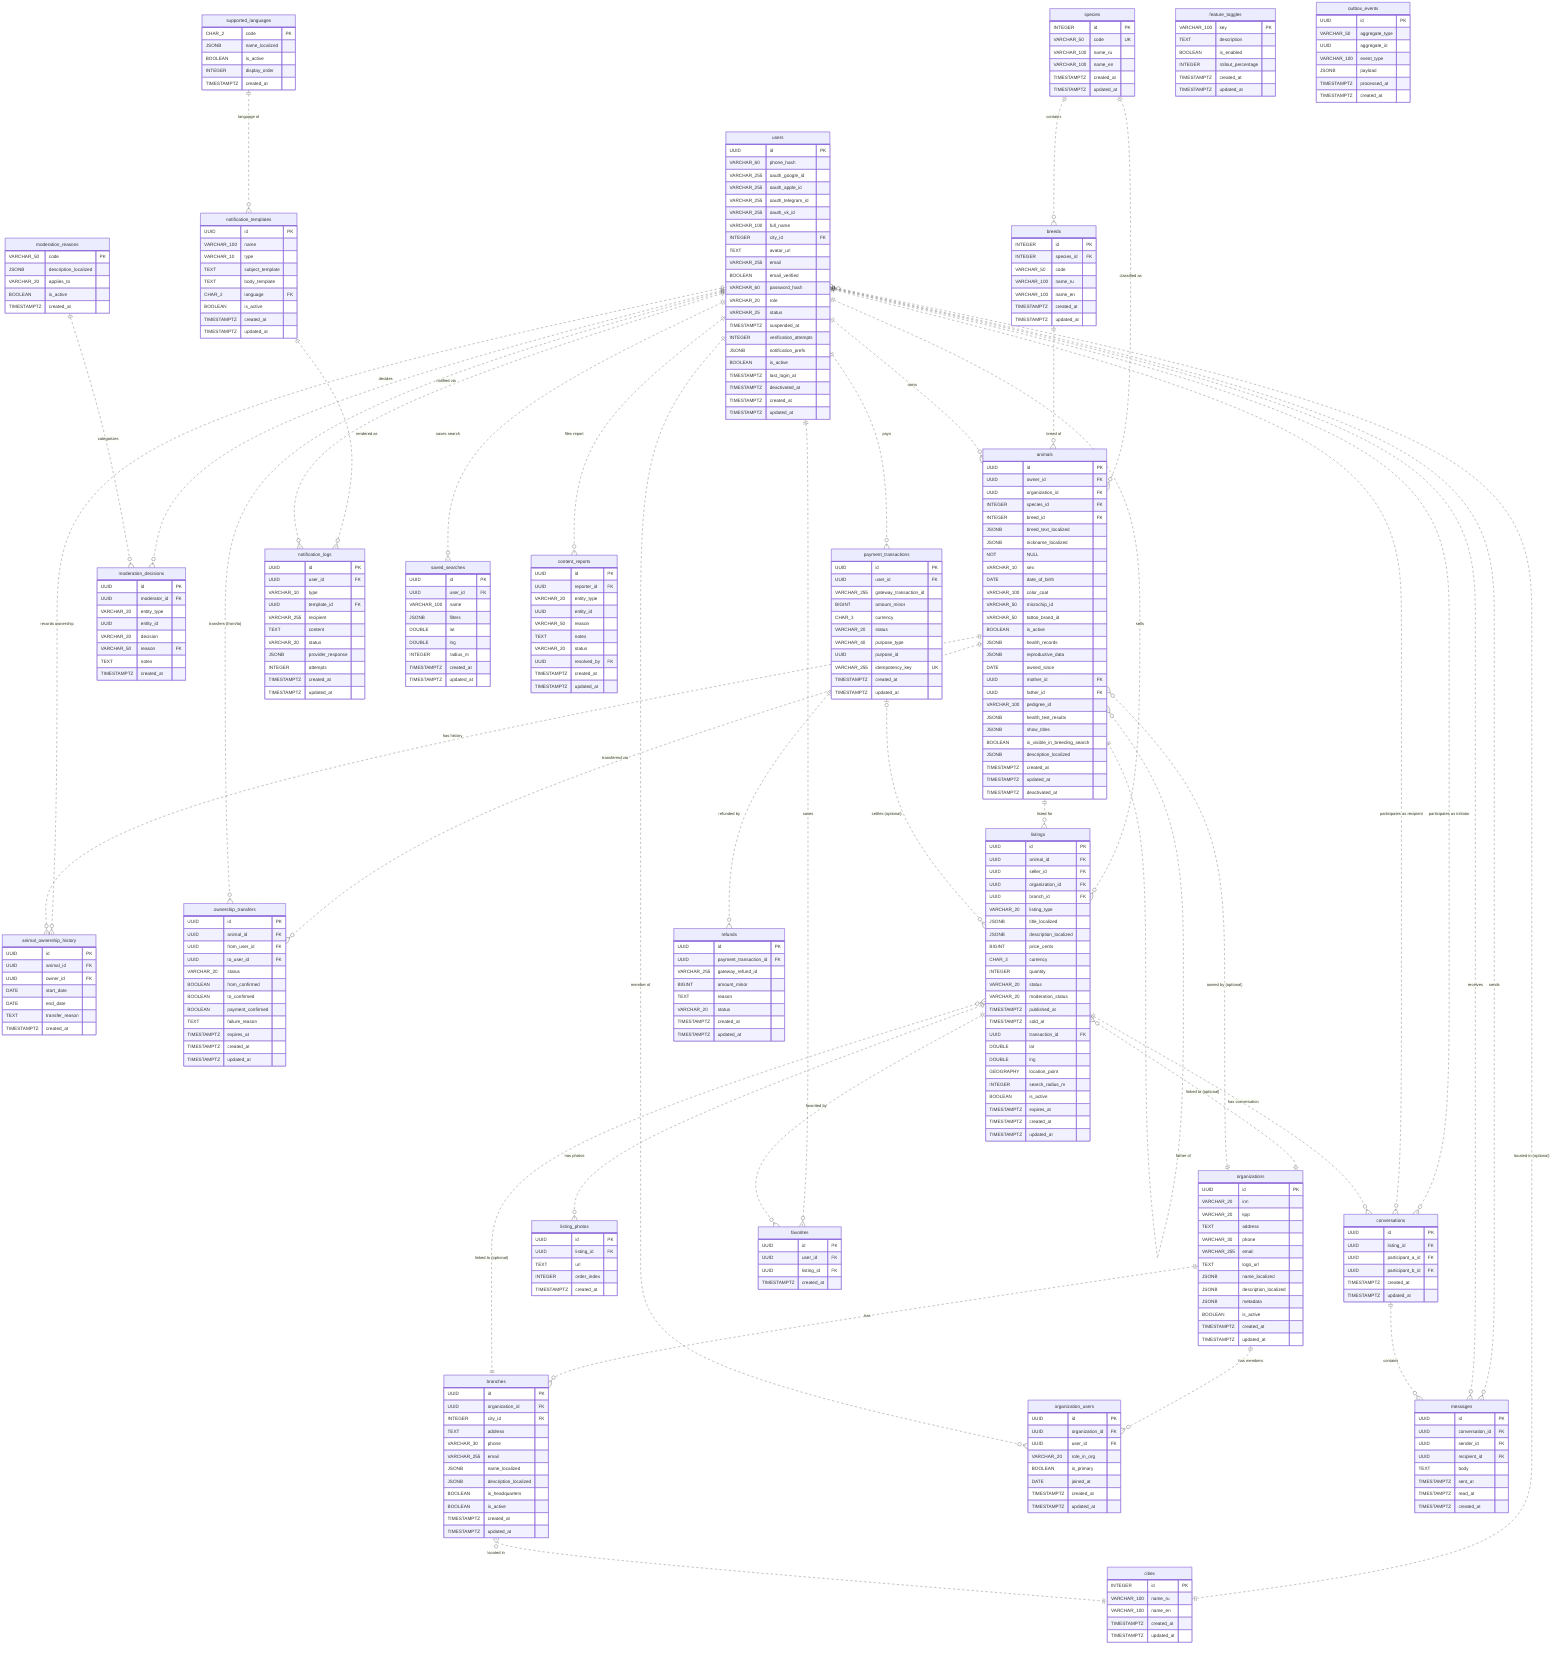
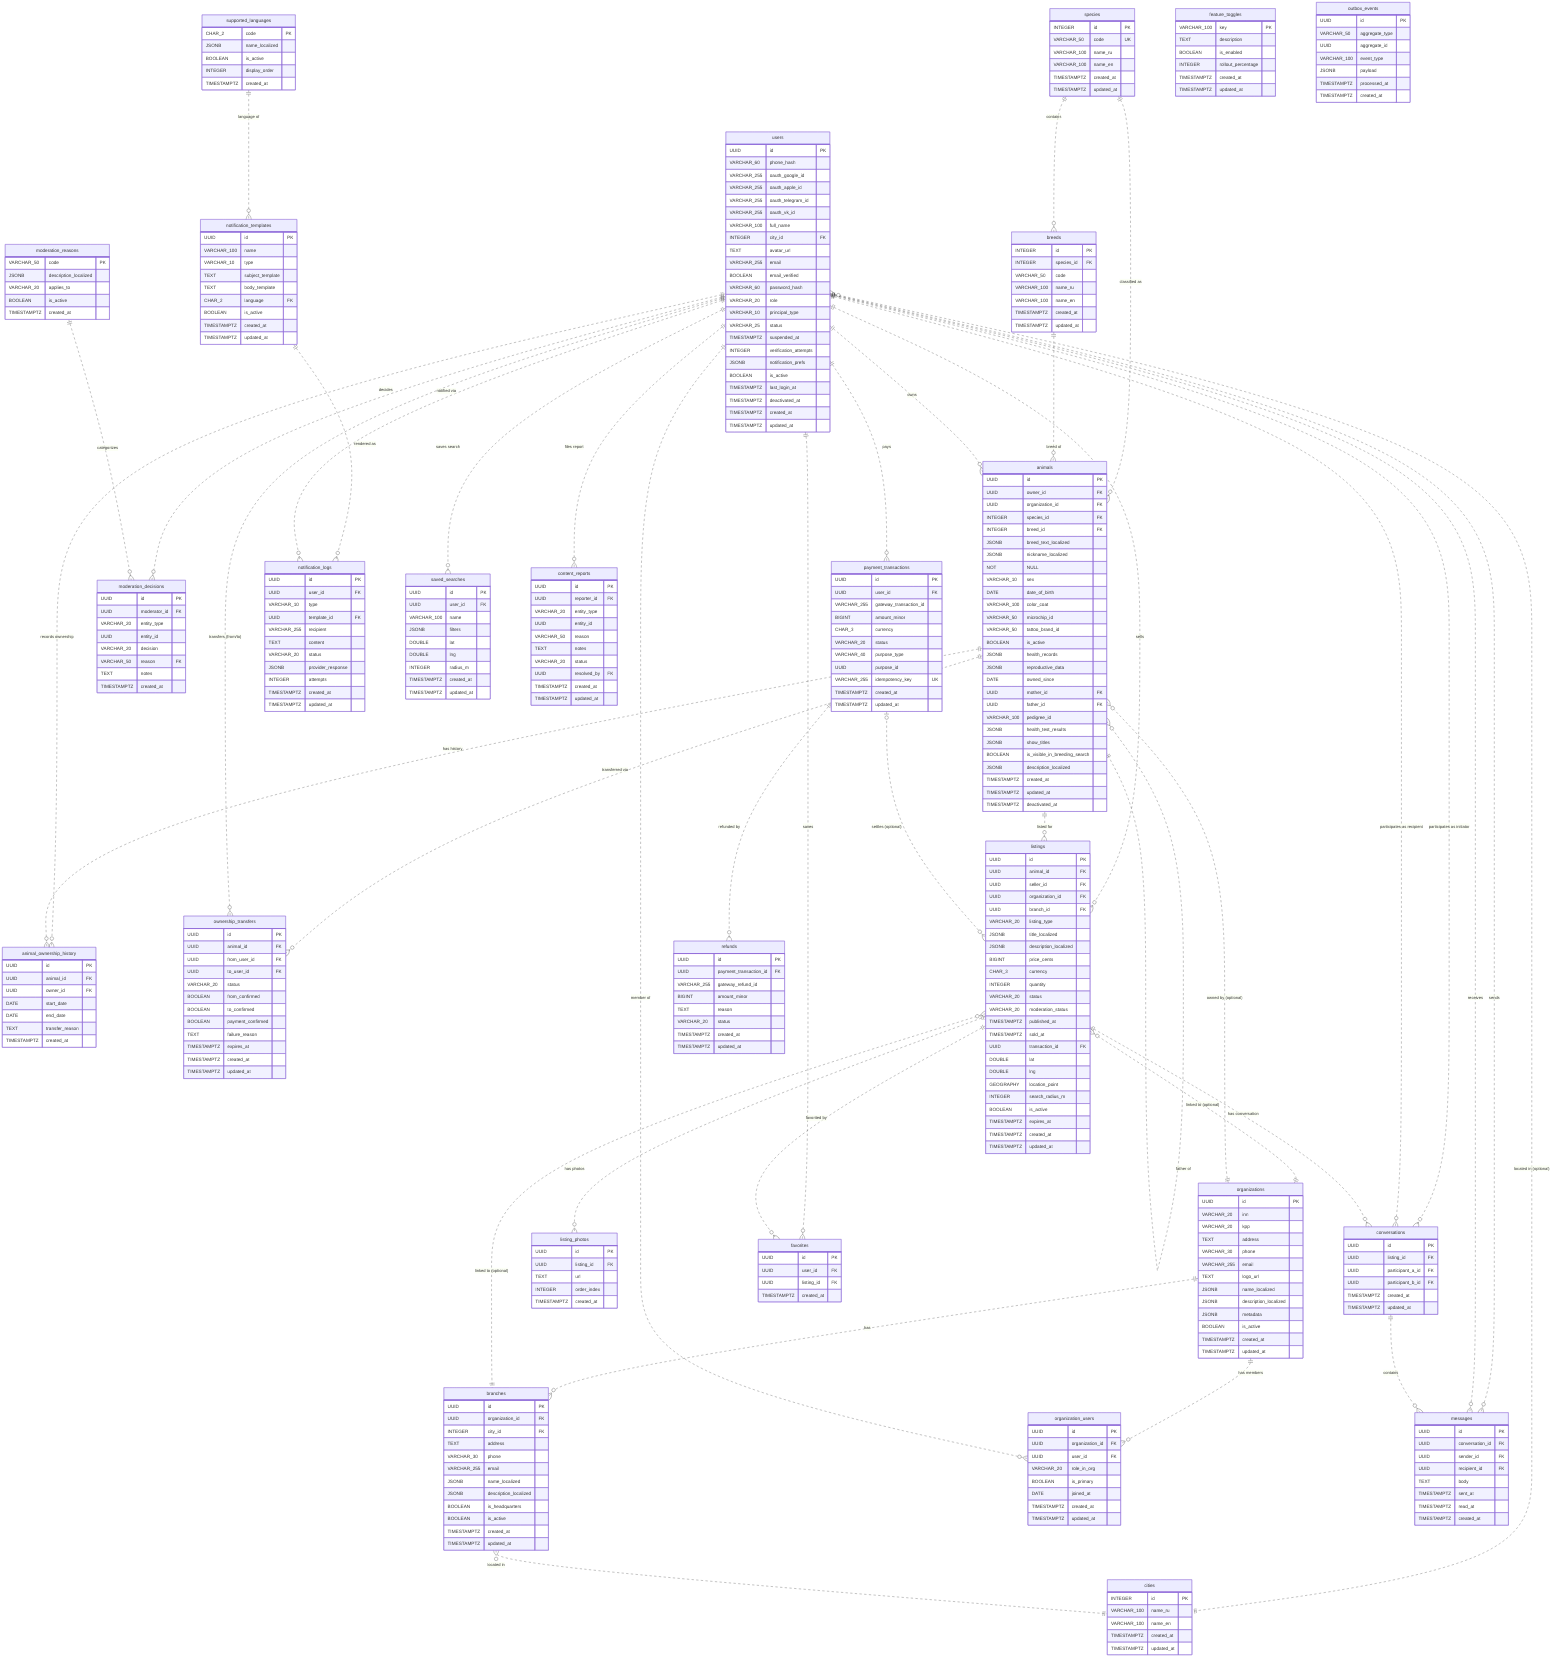
erDiagram
    %% Reference Data Tables
    species {
        INTEGER id PK
        VARCHAR_50 code UK
        VARCHAR_100 name_ru
        VARCHAR_100 name_en
        TIMESTAMPTZ created_at
        TIMESTAMPTZ updated_at
    }
    breeds {
        INTEGER id PK
        INTEGER species_id FK
        VARCHAR_50 code
        VARCHAR_100 name_ru
        VARCHAR_100 name_en
        TIMESTAMPTZ created_at
        TIMESTAMPTZ updated_at
        %% UK (species_id, code)
    }
    cities {
        INTEGER id PK
        VARCHAR_100 name_ru
        VARCHAR_100 name_en
        TIMESTAMPTZ created_at
        TIMESTAMPTZ updated_at
    }
    supported_languages {
        CHAR_2 code PK
        JSONB name_localized
        BOOLEAN is_active
        INTEGER display_order
        TIMESTAMPTZ created_at
    }

    %% Identity Domain
    users {
        UUID id PK
        VARCHAR_60 phone_hash
        VARCHAR_255 oauth_google_id
        VARCHAR_255 oauth_apple_id
        VARCHAR_255 oauth_telegram_id
        VARCHAR_255 oauth_vk_id
        VARCHAR_100 full_name
        INTEGER city_id FK
        TEXT avatar_url
        VARCHAR_255 email
        BOOLEAN email_verified
        VARCHAR_60 password_hash
        VARCHAR_20 role
+         VARCHAR_10 principal_type
        VARCHAR_25 status
        TIMESTAMPTZ suspended_at
        INTEGER verification_attempts
        JSONB notification_prefs
        BOOLEAN is_active
        TIMESTAMPTZ last_login_at
        TIMESTAMPTZ deactivated_at
        TIMESTAMPTZ created_at
        TIMESTAMPTZ updated_at
    }

    %% Animal Domain
    animals {
        UUID id PK
        UUID owner_id FK
        UUID organization_id FK
        INTEGER species_id FK
        INTEGER breed_id FK
        JSONB breed_text_localized
        JSONB nickname_localized NOT NULL
        VARCHAR_10 sex
        DATE date_of_birth
        VARCHAR_100 color_coat
        VARCHAR_50 microchip_id
        VARCHAR_50 tattoo_brand_id
        BOOLEAN is_active
        JSONB health_records
        JSONB reproductive_data
        DATE owned_since
        UUID mother_id FK
        UUID father_id FK
        VARCHAR_100 pedigree_id
        JSONB health_test_results
        JSONB show_titles
        BOOLEAN is_visible_in_breeding_search
        JSONB description_localized
        TIMESTAMPTZ created_at
        TIMESTAMPTZ updated_at
        TIMESTAMPTZ deactivated_at
    }
    animal_ownership_history {
        UUID id PK
        UUID animal_id FK
        UUID owner_id FK
        DATE start_date
        DATE end_date
        TEXT transfer_reason
        TIMESTAMPTZ created_at
    }
    ownership_transfers {
        UUID id PK
        UUID animal_id FK
        UUID from_user_id FK
        UUID to_user_id FK
        VARCHAR_20 status
        BOOLEAN from_confirmed
        BOOLEAN to_confirmed
        BOOLEAN payment_confirmed
        TEXT failure_reason
        TIMESTAMPTZ expires_at
        TIMESTAMPTZ created_at
        TIMESTAMPTZ updated_at
    }

    %% Organization Domain
    organizations {
        UUID id PK
        VARCHAR_20 inn
        VARCHAR_20 kpp
        TEXT address
        VARCHAR_30 phone
        VARCHAR_255 email
        TEXT logo_url
        JSONB name_localized
        JSONB description_localized
        JSONB metadata
        BOOLEAN is_active
        TIMESTAMPTZ created_at
        TIMESTAMPTZ updated_at
    }
    branches {
        UUID id PK
        UUID organization_id FK
        INTEGER city_id FK
        TEXT address
        VARCHAR_30 phone
        VARCHAR_255 email
        JSONB name_localized
        JSONB description_localized
        BOOLEAN is_headquarters
        BOOLEAN is_active
        TIMESTAMPTZ created_at
        TIMESTAMPTZ updated_at
    }
    organization_users {
        UUID id PK
        UUID organization_id FK
        UUID user_id FK
        VARCHAR_20 role_in_org
        BOOLEAN is_primary
        DATE joined_at
        TIMESTAMPTZ created_at
        TIMESTAMPTZ updated_at
        %% UK (organization_id, user_id)
    }

    %% Marketplace/Listings Domain
    listings {
        UUID id PK
        UUID animal_id FK
        UUID seller_id FK
        UUID organization_id FK
        UUID branch_id FK
        VARCHAR_20 listing_type
        JSONB title_localized
        JSONB description_localized
        BIGINT price_cents
        CHAR_3 currency
        INTEGER quantity
        VARCHAR_20 status
        VARCHAR_20 moderation_status
        TIMESTAMPTZ published_at
        TIMESTAMPTZ sold_at
        UUID transaction_id FK
        DOUBLE lat
        DOUBLE lng
        GEOGRAPHY location_point
        INTEGER search_radius_m
        BOOLEAN is_active
        TIMESTAMPTZ expires_at
        TIMESTAMPTZ created_at
        TIMESTAMPTZ updated_at
        %% UK (animal_id, listing_type) WHERE status='ACTIVE'
    }
    listing_photos {
        UUID id PK
        UUID listing_id FK
        TEXT url
        INTEGER order_index
        TIMESTAMPTZ created_at
    }
    conversations {
        UUID id PK
        UUID listing_id FK
        UUID participant_a_id FK
        UUID participant_b_id FK
        TIMESTAMPTZ created_at
        TIMESTAMPTZ updated_at
    }
    messages {
        UUID id PK
        UUID conversation_id FK
        UUID sender_id FK
        UUID recipient_id FK
        TEXT body
        TIMESTAMPTZ sent_at
        TIMESTAMPTZ read_at
        TIMESTAMPTZ created_at
    }

    %% Moderation Domain
    moderation_reasons {
        VARCHAR_50 code PK
        JSONB description_localized
        VARCHAR_20 applies_to
        BOOLEAN is_active
        TIMESTAMPTZ created_at
    }
    moderation_decisions {
        UUID id PK
        UUID moderator_id FK
        VARCHAR_20 entity_type
        UUID entity_id
        VARCHAR_20 decision
        VARCHAR_50 reason FK
        TEXT notes
        TIMESTAMPTZ created_at
        %% append-only (immutable)
    }

    %% Payment Domain
    payment_transactions {
        UUID id PK
        UUID user_id FK
        VARCHAR_255 gateway_transaction_id
        BIGINT amount_minor
        CHAR_3 currency
        VARCHAR_20 status
        VARCHAR_40 purpose_type
        UUID purpose_id
        VARCHAR_255 idempotency_key UK
        TIMESTAMPTZ created_at
        TIMESTAMPTZ updated_at
    }
    refunds {
        UUID id PK
        UUID payment_transaction_id FK
        VARCHAR_255 gateway_refund_id
        BIGINT amount_minor
        TEXT reason
        VARCHAR_20 status
        TIMESTAMPTZ created_at
        TIMESTAMPTZ updated_at
    }

    %% Notification Domain
    notification_templates {
        UUID id PK
        VARCHAR_100 name
        VARCHAR_10 type
        TEXT subject_template
        TEXT body_template
        CHAR_2 language FK
        BOOLEAN is_active
        TIMESTAMPTZ created_at
        TIMESTAMPTZ updated_at
        %% UK (name, type, language)
    }
    notification_logs {
        UUID id PK
        UUID user_id FK
        VARCHAR_10 type
        UUID template_id FK
        VARCHAR_255 recipient
        TEXT content
        VARCHAR_20 status
        JSONB provider_response
        INTEGER attempts
        TIMESTAMPTZ created_at
        TIMESTAMPTZ updated_at
    }

    %% Favorites & Saved Searches (MVP)
    favorites {
        UUID id PK
        UUID user_id FK
        UUID listing_id FK
        TIMESTAMPTZ created_at
        %% UK (user_id, listing_id)
    }
    saved_searches {
        UUID id PK
        UUID user_id FK
        VARCHAR_100 name
        JSONB filters
        DOUBLE lat
        DOUBLE lng
        INTEGER radius_m
        TIMESTAMPTZ created_at
        TIMESTAMPTZ updated_at
    }
    content_reports {
        UUID id PK
        UUID reporter_id FK
        VARCHAR_20 entity_type
        UUID entity_id
        VARCHAR_50 reason
        TEXT notes
        VARCHAR_20 status
        UUID resolved_by FK
        TIMESTAMPTZ created_at
        TIMESTAMPTZ updated_at
    }

    %% Extensibility / System Tables
    feature_toggles {
        VARCHAR_100 key PK
        TEXT description
        BOOLEAN is_enabled
        INTEGER rollout_percentage
        TIMESTAMPTZ created_at
        TIMESTAMPTZ updated_at
    }
    outbox_events {
        UUID id PK
        VARCHAR_50 aggregate_type
        UUID aggregate_id
        VARCHAR_100 event_type
        JSONB payload
        TIMESTAMPTZ processed_at
        TIMESTAMPTZ created_at
    }

    %% Relationships
    species ||..o{ breeds : "contains"
    species ||..o{ animals : "classified as"
    breeds ||..o{ animals : "breed of"
    users }o..|| cities : "located in (optional)"
    users ||..o{ animals : "owns"
    users ||..o{ animal_ownership_history : "records ownership"
    users ||..o{ listings : "sells"
    users ||..o{ conversations : "participates as initiator"
    users ||..o{ conversations : "participates as recipient"
    users ||..o{ messages : "sends"
    users ||..o{ messages : "receives"
    animals ||..o{ animal_ownership_history : "has history"
    animals ||..o{ listings : "listed for"
    animals ||..o{ ownership_transfers : "transferred via"
    users ||..o{ ownership_transfers : "transfers (from/to)"
    animals }o..|| animals : "mother of"
    animals }o..|| animals : "father of"
    listings ||..o{ listing_photos : "has photos"
    listings ||..o{ conversations : "has conversation"
    conversations ||..o{ messages : "contains"
    users ||..o{ favorites : "saves"
    listings ||..o{ favorites : "favorited by"
    users ||..o{ saved_searches : "saves search"
    users ||..o{ content_reports : "files report"

    %% Organization Domain Relationships (junction = M:N resolved)
    organizations ||..o{ organization_users : "has members"
    users ||..o{ organization_users : "member of"
    organizations ||..o{ branches : "has"
    branches }o..|| cities : "located in"
    listings }o..|| organizations : "linked to (optional)"
    listings }o..|| branches : "linked to (optional)"
    animals }o..|| organizations : "owned by (optional)"

    %% Moderation / Payment / Notification Relationships
    users ||..o{ moderation_decisions : "decides"
    moderation_reasons ||..o{ moderation_decisions : "categorizes"
    users ||..o{ payment_transactions : "pays"
    payment_transactions ||..o{ refunds : "refunded by"
    payment_transactions |o..o{ listings : "settles (optional)"
    supported_languages ||..o{ notification_templates : "language of"
    notification_templates ||..o{ notification_logs : "rendered as"
    users ||..o{ notification_logs : "notified via"
